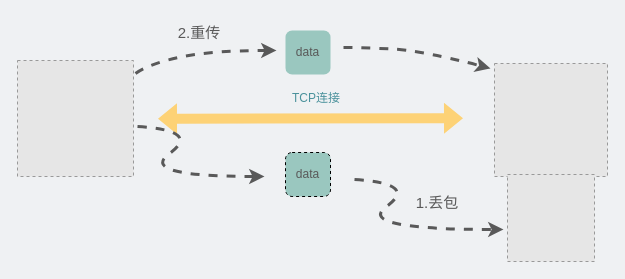
Above: network/tcp重传机制.drawio in xiaobaiTech/image (draw.io), before the change. Source tidied: cells renumbered, new cells numbered last; positions are measured from the earlier drawing's top-left corner, leaving out a move shared by most shapes. Both pictures are drawn from the tidied source at 100%, with x=0, y=0 at pixel (17, 17). Pictures stored in the file or linked from it are replaced by grey dashed boxes.
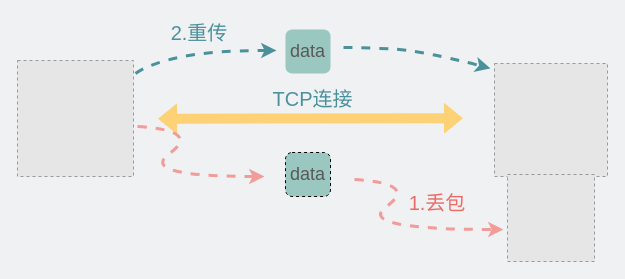
The same page after the edit.

Commit message:
更新tcp重传机制.drawio

Change to the diagram source:
```diff
@@
-    <mxCell id="5" value="&lt;font color=&quot;#4a919b&quot;&gt;TCP连接&lt;/font&gt;" style="text;html=1;strokeColor=none;fillColor=none;align=center;verticalAlign=middle;whiteSpace=wrap;rounded=0;" parent="1" vertex="1">
-      <mxGeometry x="269" y="66" width="60" height="30" as="geometry" />
+    <mxCell id="5" value="&lt;font style=&quot;font-size: 20px;&quot; color=&quot;#4a919b&quot;&gt;TCP连接&lt;/font&gt;" style="text;html=1;strokeColor=none;fillColor=none;align=center;verticalAlign=middle;whiteSpace=wrap;rounded=0;" parent="1" vertex="1">
+      <mxGeometry x="236.8" y="66" width="116.5" height="30" as="geometry" />
     </mxCell>
-    <mxCell id="6" value="&lt;font color=&quot;#595959&quot;&gt;data&lt;/font&gt;" style="rounded=1;whiteSpace=wrap;html=1;fontColor=#4A919B;fillColor=#9AC7BF;strokeColor=default;dashed=1;" parent="1" vertex="1">
+    <mxCell id="6" value="&lt;font style=&quot;font-size: 18px;&quot; color=&quot;#595959&quot;&gt;data&lt;/font&gt;" style="rounded=1;whiteSpace=wrap;html=1;fontColor=#4A919B;fillColor=#9AC7BF;strokeColor=default;dashed=1;" parent="1" vertex="1">
       <mxGeometry x="268" y="135" width="45" height="44" as="geometry" />
     </mxCell>
-    <mxCell id="7" style="curved=1;endArrow=classic;html=1;rounded=0;fontColor=#000000;fillColor=#FDD276;dashed=1;strokeWidth=3;strokeColor=#595959;" parent="1" edge="1">
+    <mxCell id="7" style="curved=1;endArrow=classic;html=1;rounded=0;fontColor=#000000;fillColor=#FDD276;dashed=1;strokeWidth=3;strokeColor=#F19C99;" parent="1" edge="1">
       <mxGeometry relative="1" as="geometry">
         <mxPoint x="120" y="109" as="sourcePoint" />
         <mxPoint x="247" y="159" as="targetPoint" />
         <Array as="points">
           <mxPoint x="184" y="113" />
           <mxPoint x="120" y="159" />
         </Array>
       </mxGeometry>
     </mxCell>
@@
-    <mxCell id="9" style="curved=1;endArrow=classic;html=1;rounded=0;fontColor=#000000;fillColor=#FDD276;dashed=1;strokeWidth=3;strokeColor=#595959;" parent="1" edge="1">
+    <mxCell id="9" style="curved=1;endArrow=classic;html=1;rounded=0;fontColor=#000000;fillColor=#FDD276;dashed=1;strokeWidth=3;strokeColor=#F19C99;" parent="1" edge="1">
       <mxGeometry relative="1" as="geometry">
         <mxPoint x="337" y="162" as="sourcePoint" />
         <mxPoint x="486" y="212" as="targetPoint" />
         <Array as="points">
           <mxPoint x="401" y="166" />
           <mxPoint x="337" y="212" />
         </Array>
       </mxGeometry>
     </mxCell>
-    <mxCell id="10" value="&lt;font style=&quot;font-size: 15px;&quot;&gt;1.丢包&lt;/font&gt;" style="text;html=1;strokeColor=none;fillColor=none;align=center;verticalAlign=middle;whiteSpace=wrap;rounded=0;fontColor=#595959;" parent="1" vertex="1">
+    <mxCell id="10" value="&lt;font color=&quot;#ea6b66&quot; style=&quot;font-size: 20px;&quot;&gt;1.丢包&lt;/font&gt;" style="text;html=1;strokeColor=none;fillColor=none;align=center;verticalAlign=middle;whiteSpace=wrap;rounded=0;fontColor=#595959;" parent="1" vertex="1">
       <mxGeometry x="390" y="170" width="60" height="30" as="geometry" />
     </mxCell>
-    <mxCell id="11" value="&lt;font color=&quot;#595959&quot;&gt;data&lt;/font&gt;" style="rounded=1;whiteSpace=wrap;html=1;fontColor=#4A919B;fillColor=#9AC7BF;strokeColor=none;" parent="1" vertex="1">
-      <mxGeometry x="268" y="13" width="45" height="44" as="geometry" />
+    <mxCell id="11" value="&lt;font style=&quot;font-size: 18px;&quot; color=&quot;#595959&quot;&gt;data&lt;/font&gt;" style="rounded=1;whiteSpace=wrap;html=1;fontColor=#4A919B;fillColor=#9AC7BF;strokeColor=none;" parent="1" vertex="1">
+      <mxGeometry x="268" y="12" width="45" height="44" as="geometry" />
     </mxCell>
-    <mxCell id="12" style="curved=1;endArrow=classic;html=1;rounded=0;fontColor=#000000;fillColor=#FDD276;dashed=1;strokeWidth=3;strokeColor=#595959;" parent="1" edge="1">
+    <mxCell id="12" style="curved=1;endArrow=classic;html=1;rounded=0;fontColor=#000000;fillColor=#FDD276;dashed=1;strokeWidth=3;strokeColor=#4A919B;" parent="1" edge="1">
       <mxGeometry relative="1" as="geometry">
         <mxPoint x="118" y="56" as="sourcePoint" />
         <mxPoint x="259" y="33" as="targetPoint" />
         <Array as="points">
           <mxPoint x="132" y="46" />
           <mxPoint x="195" y="33" />
         </Array>
       </mxGeometry>
     </mxCell>
-    <mxCell id="13" style="curved=1;endArrow=classic;html=1;rounded=0;fontColor=#000000;fillColor=#FDD276;dashed=1;strokeWidth=3;strokeColor=#595959;" parent="1" edge="1">
+    <mxCell id="13" style="curved=1;endArrow=classic;html=1;rounded=0;fontColor=#000000;fillColor=#FDD276;dashed=1;strokeWidth=3;strokeColor=#4A919B;" parent="1" edge="1">
       <mxGeometry relative="1" as="geometry">
         <mxPoint x="326" y="30" as="sourcePoint" />
         <mxPoint x="473" y="51" as="targetPoint" />
         <Array as="points">
           <mxPoint x="343" y="30" />
           <mxPoint x="405" y="33" />
         </Array>
       </mxGeometry>
     </mxCell>
-    <mxCell id="14" value="&lt;font style=&quot;font-size: 15px;&quot;&gt;2.重传&lt;/font&gt;" style="text;html=1;strokeColor=none;fillColor=none;align=center;verticalAlign=middle;whiteSpace=wrap;rounded=0;fontColor=#595959;" parent="1" vertex="1">
+    <mxCell id="14" value="&lt;font color=&quot;#4a919b&quot; style=&quot;font-size: 20px;&quot;&gt;2.重传&lt;/font&gt;" style="text;html=1;strokeColor=none;fillColor=none;align=center;verticalAlign=middle;whiteSpace=wrap;rounded=0;fontColor=#595959;" parent="1" vertex="1">
       <mxGeometry x="152" width="60" height="30" as="geometry" />
     </mxCell>
```
